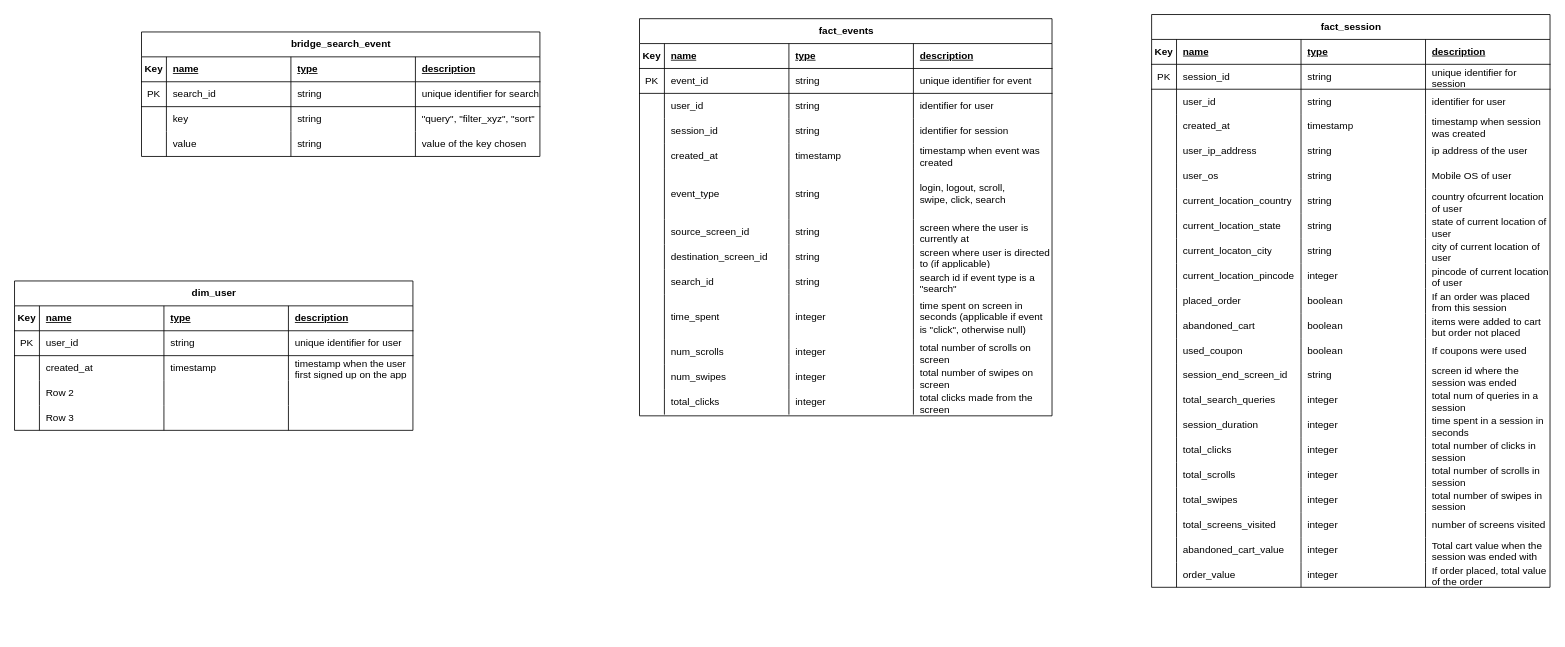
Above: zomatoDataModel.drawio in Jayesh1024/zomatoDataWarehouse (draw.io), before the change. Source tidied: cells renumbered, new cells numbered last; positions are measured from the earlier drawing's top-left corner, leaving out a move shared by most shapes. Both pictures are drawn from the tidied source at 83%, with x=0, y=0 at pixel (14, 14).
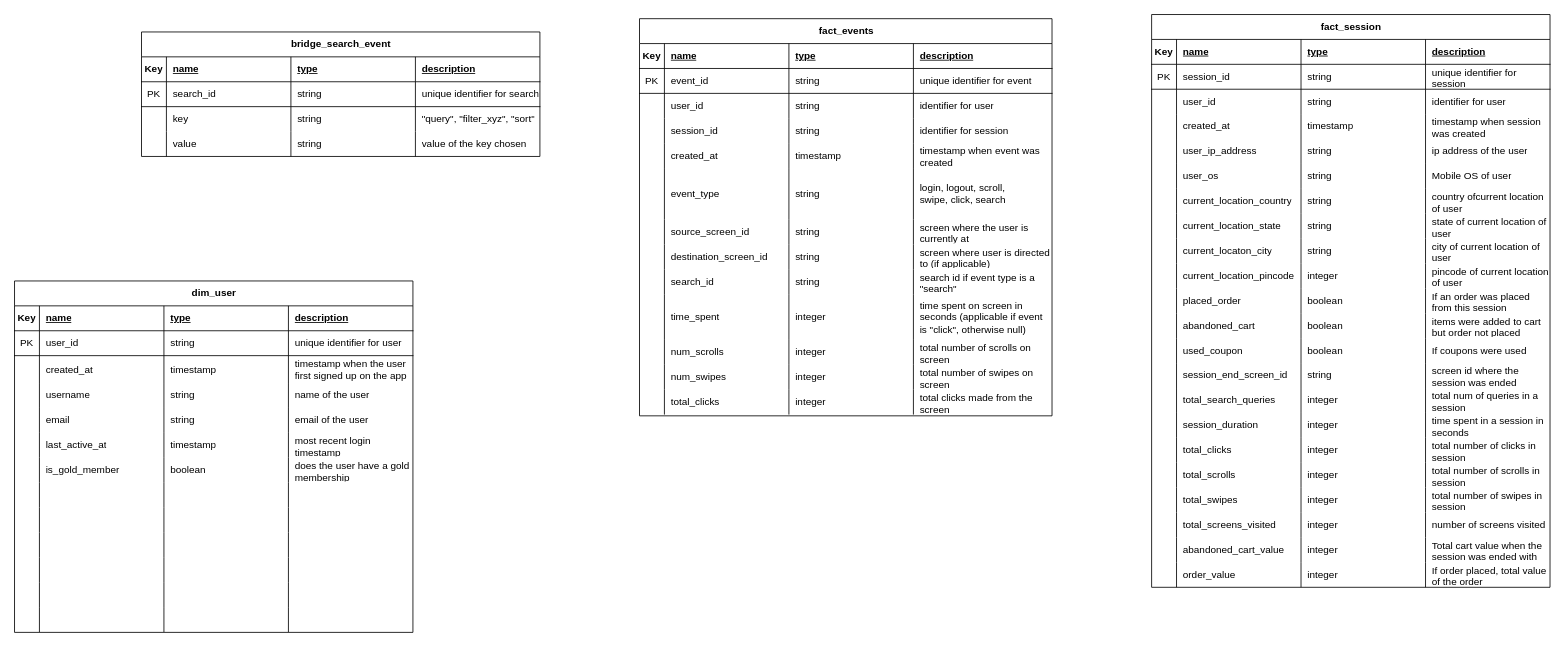
The same diagram, later.

What changed in the source:
```diff
@@
     <mxCell id="200" value="dim_user" style="shape=table;startSize=30;childLayout=tableLayout;rowLines=0;fontStyle=1;align=center;html=1;" parent="1" vertex="1">
-      <mxGeometry y="321" width="480" height="180" as="geometry" />
+      <mxGeometry y="321" width="480" height="423.4" as="geometry" />
     </mxCell>
@@
     <mxCell id="211" style="shape=tableRow;horizontal=0;startSize=0;swimlaneHead=0;swimlaneBody=0;fillColor=none;top=0;left=0;right=0;bottom=0;" parent="200" vertex="1">
-      <mxGeometry y="90" width="480" height="30" as="geometry" />
+      <mxGeometry y="90" width="480" height="33" as="geometry" />
     </mxCell>
     <mxCell id="212" style="shape=partialRectangle;fillColor=none;top=0;left=0;bottom=0;right=0;overflow=hidden;whiteSpace=wrap;html=1;" parent="211" vertex="1">
-      <mxGeometry width="30" height="30" as="geometry" />
+      <mxGeometry width="30" height="33" as="geometry" />
     </mxCell>
     <mxCell id="213" value="created_at" style="shape=partialRectangle;fillColor=none;top=0;left=0;bottom=0;right=0;align=left;spacingLeft=6;overflow=hidden;whiteSpace=wrap;html=1;" parent="211" vertex="1">
-      <mxGeometry x="30" width="150" height="30" as="geometry" />
+      <mxGeometry x="30" width="150" height="33" as="geometry" />
     </mxCell>
     <mxCell id="214" value="timestamp&lt;span style=&quot;white-space: pre;&quot;&gt;&#9;&lt;/span&gt;&lt;span style=&quot;white-space: pre;&quot;&gt;&#9;&lt;/span&gt;" style="shape=partialRectangle;fillColor=none;top=0;left=0;bottom=0;right=0;align=left;spacingLeft=6;overflow=hidden;whiteSpace=wrap;html=1;" parent="211" vertex="1">
-      <mxGeometry x="180" width="150" height="30" as="geometry" />
+      <mxGeometry x="180" width="150" height="33" as="geometry" />
     </mxCell>
     <mxCell id="215" value="timestamp when the user first signed up on the app" style="shape=partialRectangle;fillColor=none;top=0;left=0;bottom=0;right=0;align=left;spacingLeft=6;overflow=hidden;whiteSpace=wrap;html=1;" parent="211" vertex="1">
-      <mxGeometry x="330" width="150" height="30" as="geometry" />
+      <mxGeometry x="330" width="150" height="33" as="geometry" />
     </mxCell>
     <mxCell id="216" style="shape=tableRow;horizontal=0;startSize=0;swimlaneHead=0;swimlaneBody=0;fillColor=none;top=0;left=0;right=0;bottom=0;" parent="200" vertex="1">
-      <mxGeometry y="120" width="480" height="30" as="geometry" />
+      <mxGeometry y="123" width="480" height="30" as="geometry" />
     </mxCell>
@@
-    <mxCell id="218" value="Row 2" style="shape=partialRectangle;fillColor=none;top=0;left=0;bottom=0;right=0;align=left;spacingLeft=6;overflow=hidden;whiteSpace=wrap;html=1;" parent="216" vertex="1">
+    <mxCell id="218" value="username" style="shape=partialRectangle;fillColor=none;top=0;left=0;bottom=0;right=0;align=left;spacingLeft=6;overflow=hidden;whiteSpace=wrap;html=1;" parent="216" vertex="1">
       <mxGeometry x="30" width="150" height="30" as="geometry" />
     </mxCell>
-    <mxCell id="219" style="shape=partialRectangle;fillColor=none;top=0;left=0;bottom=0;right=0;align=left;spacingLeft=6;overflow=hidden;whiteSpace=wrap;html=1;" parent="216" vertex="1">
+    <mxCell id="219" value="string" style="shape=partialRectangle;fillColor=none;top=0;left=0;bottom=0;right=0;align=left;spacingLeft=6;overflow=hidden;whiteSpace=wrap;html=1;" parent="216" vertex="1">
       <mxGeometry x="180" width="150" height="30" as="geometry" />
     </mxCell>
-    <mxCell id="220" style="shape=partialRectangle;fillColor=none;top=0;left=0;bottom=0;right=0;align=left;spacingLeft=6;overflow=hidden;whiteSpace=wrap;html=1;" parent="216" vertex="1">
+    <mxCell id="220" value="name of the user" style="shape=partialRectangle;fillColor=none;top=0;left=0;bottom=0;right=0;align=left;spacingLeft=6;overflow=hidden;whiteSpace=wrap;html=1;" parent="216" vertex="1">
       <mxGeometry x="330" width="150" height="30" as="geometry" />
     </mxCell>
     <mxCell id="221" style="shape=tableRow;horizontal=0;startSize=0;swimlaneHead=0;swimlaneBody=0;fillColor=none;top=0;left=0;right=0;bottom=0;" parent="200" vertex="1">
-      <mxGeometry y="150" width="480" height="30" as="geometry" />
+      <mxGeometry y="153" width="480" height="30" as="geometry" />
     </mxCell>
@@
-    <mxCell id="223" value="Row 3" style="shape=partialRectangle;fillColor=none;top=0;left=0;bottom=0;right=0;align=left;spacingLeft=6;overflow=hidden;whiteSpace=wrap;html=1;" parent="221" vertex="1">
+    <mxCell id="223" value="email" style="shape=partialRectangle;fillColor=none;top=0;left=0;bottom=0;right=0;align=left;spacingLeft=6;overflow=hidden;whiteSpace=wrap;html=1;" parent="221" vertex="1">
       <mxGeometry x="30" width="150" height="30" as="geometry" />
     </mxCell>
-    <mxCell id="224" style="shape=partialRectangle;fillColor=none;top=0;left=0;bottom=0;right=0;align=left;spacingLeft=6;overflow=hidden;whiteSpace=wrap;html=1;" parent="221" vertex="1">
+    <mxCell id="224" value="string" style="shape=partialRectangle;fillColor=none;top=0;left=0;bottom=0;right=0;align=left;spacingLeft=6;overflow=hidden;whiteSpace=wrap;html=1;" parent="221" vertex="1">
       <mxGeometry x="180" width="150" height="30" as="geometry" />
     </mxCell>
-    <mxCell id="225" style="shape=partialRectangle;fillColor=none;top=0;left=0;bottom=0;right=0;align=left;spacingLeft=6;overflow=hidden;whiteSpace=wrap;html=1;" parent="221" vertex="1">
+    <mxCell id="225" value="email of the user" style="shape=partialRectangle;fillColor=none;top=0;left=0;bottom=0;right=0;align=left;spacingLeft=6;overflow=hidden;whiteSpace=wrap;html=1;" parent="221" vertex="1">
       <mxGeometry x="330" width="150" height="30" as="geometry" />
     </mxCell>
+    <mxCell id="226" style="shape=tableRow;horizontal=0;startSize=0;swimlaneHead=0;swimlaneBody=0;fillColor=none;top=0;left=0;right=0;bottom=0;" parent="200" vertex="1">
+      <mxGeometry y="183" width="480" height="30" as="geometry" />
+    </mxCell>
+    <mxCell id="227" style="shape=partialRectangle;fillColor=none;top=0;left=0;bottom=0;right=0;overflow=hidden;whiteSpace=wrap;html=1;" parent="226" vertex="1">
+      <mxGeometry width="30" height="30" as="geometry" />
+    </mxCell>
+    <mxCell id="228" value="last_active_at" style="shape=partialRectangle;fillColor=none;top=0;left=0;bottom=0;right=0;align=left;spacingLeft=6;overflow=hidden;whiteSpace=wrap;html=1;" parent="226" vertex="1">
+      <mxGeometry x="30" width="150" height="30" as="geometry" />
+    </mxCell>
+    <mxCell id="229" value="timestamp" style="shape=partialRectangle;fillColor=none;top=0;left=0;bottom=0;right=0;align=left;spacingLeft=6;overflow=hidden;whiteSpace=wrap;html=1;" parent="226" vertex="1">
+      <mxGeometry x="180" width="150" height="30" as="geometry" />
+    </mxCell>
+    <mxCell id="230" value="most recent login timestamp" style="shape=partialRectangle;fillColor=none;top=0;left=0;bottom=0;right=0;align=left;spacingLeft=6;overflow=hidden;whiteSpace=wrap;html=1;" parent="226" vertex="1">
+      <mxGeometry x="330" width="150" height="30" as="geometry" />
+    </mxCell>
+    <mxCell id="231" style="shape=tableRow;horizontal=0;startSize=0;swimlaneHead=0;swimlaneBody=0;fillColor=none;top=0;left=0;right=0;bottom=0;" parent="200" vertex="1">
+      <mxGeometry y="213" width="480" height="30" as="geometry" />
+    </mxCell>
+    <mxCell id="232" style="shape=partialRectangle;fillColor=none;top=0;left=0;bottom=0;right=0;overflow=hidden;whiteSpace=wrap;html=1;" parent="231" vertex="1">
+      <mxGeometry width="30" height="30" as="geometry" />
+    </mxCell>
+    <mxCell id="233" value="is_gold_member" style="shape=partialRectangle;fillColor=none;top=0;left=0;bottom=0;right=0;align=left;spacingLeft=6;overflow=hidden;whiteSpace=wrap;html=1;" parent="231" vertex="1">
+      <mxGeometry x="30" width="150" height="30" as="geometry" />
+    </mxCell>
+    <mxCell id="234" value="boolean" style="shape=partialRectangle;fillColor=none;top=0;left=0;bottom=0;right=0;align=left;spacingLeft=6;overflow=hidden;whiteSpace=wrap;html=1;" parent="231" vertex="1">
+      <mxGeometry x="180" width="150" height="30" as="geometry" />
+    </mxCell>
+    <mxCell id="235" value="does the user have a gold membership" style="shape=partialRectangle;fillColor=none;top=0;left=0;bottom=0;right=0;align=left;spacingLeft=6;overflow=hidden;whiteSpace=wrap;html=1;" parent="231" vertex="1">
+      <mxGeometry x="330" width="150" height="30" as="geometry" />
+    </mxCell>
+    <mxCell id="236" style="shape=tableRow;horizontal=0;startSize=0;swimlaneHead=0;swimlaneBody=0;fillColor=none;top=0;left=0;right=0;bottom=0;" parent="200" vertex="1">
+      <mxGeometry y="243" width="480" height="30" as="geometry" />
+    </mxCell>
+    <mxCell id="237" style="shape=partialRectangle;fillColor=none;top=0;left=0;bottom=0;right=0;overflow=hidden;whiteSpace=wrap;html=1;" parent="236" vertex="1">
+      <mxGeometry width="30" height="30" as="geometry" />
+    </mxCell>
+    <mxCell id="238" style="shape=partialRectangle;fillColor=none;top=0;left=0;bottom=0;right=0;align=left;spacingLeft=6;overflow=hidden;whiteSpace=wrap;html=1;" parent="236" vertex="1">
+      <mxGeometry x="30" width="150" height="30" as="geometry" />
+    </mxCell>
+    <mxCell id="239" style="shape=partialRectangle;fillColor=none;top=0;left=0;bottom=0;right=0;align=left;spacingLeft=6;overflow=hidden;whiteSpace=wrap;html=1;" parent="236" vertex="1">
+      <mxGeometry x="180" width="150" height="30" as="geometry" />
+    </mxCell>
+    <mxCell id="240" style="shape=partialRectangle;fillColor=none;top=0;left=0;bottom=0;right=0;align=left;spacingLeft=6;overflow=hidden;whiteSpace=wrap;html=1;" parent="236" vertex="1">
+      <mxGeometry x="330" width="150" height="30" as="geometry" />
+    </mxCell>
+    <mxCell id="241" style="shape=tableRow;horizontal=0;startSize=0;swimlaneHead=0;swimlaneBody=0;fillColor=none;top=0;left=0;right=0;bottom=0;" parent="200" vertex="1">
+      <mxGeometry y="273" width="480" height="30" as="geometry" />
+    </mxCell>
+    <mxCell id="242" style="shape=partialRectangle;fillColor=none;top=0;left=0;bottom=0;right=0;overflow=hidden;whiteSpace=wrap;html=1;" parent="241" vertex="1">
+      <mxGeometry width="30" height="30" as="geometry" />
+    </mxCell>
+    <mxCell id="243" style="shape=partialRectangle;fillColor=none;top=0;left=0;bottom=0;right=0;align=left;spacingLeft=6;overflow=hidden;whiteSpace=wrap;html=1;" parent="241" vertex="1">
+      <mxGeometry x="30" width="150" height="30" as="geometry" />
+    </mxCell>
+    <mxCell id="244" style="shape=partialRectangle;fillColor=none;top=0;left=0;bottom=0;right=0;align=left;spacingLeft=6;overflow=hidden;whiteSpace=wrap;html=1;" parent="241" vertex="1">
+      <mxGeometry x="180" width="150" height="30" as="geometry" />
+    </mxCell>
+    <mxCell id="245" style="shape=partialRectangle;fillColor=none;top=0;left=0;bottom=0;right=0;align=left;spacingLeft=6;overflow=hidden;whiteSpace=wrap;html=1;" parent="241" vertex="1">
+      <mxGeometry x="330" width="150" height="30" as="geometry" />
+    </mxCell>
+    <mxCell id="246" style="shape=tableRow;horizontal=0;startSize=0;swimlaneHead=0;swimlaneBody=0;fillColor=none;top=0;left=0;right=0;bottom=0;" parent="200" vertex="1">
+      <mxGeometry y="303" width="480" height="30" as="geometry" />
+    </mxCell>
+    <mxCell id="247" style="shape=partialRectangle;fillColor=none;top=0;left=0;bottom=0;right=0;overflow=hidden;whiteSpace=wrap;html=1;" parent="246" vertex="1">
+      <mxGeometry width="30" height="30" as="geometry" />
+    </mxCell>
+    <mxCell id="248" style="shape=partialRectangle;fillColor=none;top=0;left=0;bottom=0;right=0;align=left;spacingLeft=6;overflow=hidden;whiteSpace=wrap;html=1;" parent="246" vertex="1">
+      <mxGeometry x="30" width="150" height="30" as="geometry" />
+    </mxCell>
+    <mxCell id="249" style="shape=partialRectangle;fillColor=none;top=0;left=0;bottom=0;right=0;align=left;spacingLeft=6;overflow=hidden;whiteSpace=wrap;html=1;" parent="246" vertex="1">
+      <mxGeometry x="180" width="150" height="30" as="geometry" />
+    </mxCell>
+    <mxCell id="250" style="shape=partialRectangle;fillColor=none;top=0;left=0;bottom=0;right=0;align=left;spacingLeft=6;overflow=hidden;whiteSpace=wrap;html=1;" parent="246" vertex="1">
+      <mxGeometry x="330" width="150" height="30" as="geometry" />
+    </mxCell>
+    <mxCell id="251" style="shape=tableRow;horizontal=0;startSize=0;swimlaneHead=0;swimlaneBody=0;fillColor=none;top=0;left=0;right=0;bottom=0;" parent="200" vertex="1">
+      <mxGeometry y="333" width="480" height="30" as="geometry" />
+    </mxCell>
+    <mxCell id="252" style="shape=partialRectangle;fillColor=none;top=0;left=0;bottom=0;right=0;overflow=hidden;whiteSpace=wrap;html=1;" parent="251" vertex="1">
+      <mxGeometry width="30" height="30" as="geometry" />
+    </mxCell>
+    <mxCell id="253" style="shape=partialRectangle;fillColor=none;top=0;left=0;bottom=0;right=0;align=left;spacingLeft=6;overflow=hidden;whiteSpace=wrap;html=1;" parent="251" vertex="1">
+      <mxGeometry x="30" width="150" height="30" as="geometry" />
+    </mxCell>
+    <mxCell id="254" style="shape=partialRectangle;fillColor=none;top=0;left=0;bottom=0;right=0;align=left;spacingLeft=6;overflow=hidden;whiteSpace=wrap;html=1;" parent="251" vertex="1">
+      <mxGeometry x="180" width="150" height="30" as="geometry" />
+    </mxCell>
+    <mxCell id="255" style="shape=partialRectangle;fillColor=none;top=0;left=0;bottom=0;right=0;align=left;spacingLeft=6;overflow=hidden;whiteSpace=wrap;html=1;" parent="251" vertex="1">
+      <mxGeometry x="330" width="150" height="30" as="geometry" />
+    </mxCell>
+    <mxCell id="256" style="shape=tableRow;horizontal=0;startSize=0;swimlaneHead=0;swimlaneBody=0;fillColor=none;top=0;left=0;right=0;bottom=0;" parent="200" vertex="1">
+      <mxGeometry y="363" width="480" height="30" as="geometry" />
+    </mxCell>
+    <mxCell id="257" style="shape=partialRectangle;fillColor=none;top=0;left=0;bottom=0;right=0;overflow=hidden;whiteSpace=wrap;html=1;" parent="256" vertex="1">
+      <mxGeometry width="30" height="30" as="geometry" />
+    </mxCell>
+    <mxCell id="258" style="shape=partialRectangle;fillColor=none;top=0;left=0;bottom=0;right=0;align=left;spacingLeft=6;overflow=hidden;whiteSpace=wrap;html=1;" parent="256" vertex="1">
+      <mxGeometry x="30" width="150" height="30" as="geometry" />
+    </mxCell>
+    <mxCell id="259" style="shape=partialRectangle;fillColor=none;top=0;left=0;bottom=0;right=0;align=left;spacingLeft=6;overflow=hidden;whiteSpace=wrap;html=1;" parent="256" vertex="1">
+      <mxGeometry x="180" width="150" height="30" as="geometry" />
+    </mxCell>
+    <mxCell id="260" style="shape=partialRectangle;fillColor=none;top=0;left=0;bottom=0;right=0;align=left;spacingLeft=6;overflow=hidden;whiteSpace=wrap;html=1;" parent="256" vertex="1">
+      <mxGeometry x="330" width="150" height="30" as="geometry" />
+    </mxCell>
+    <mxCell id="261" style="shape=tableRow;horizontal=0;startSize=0;swimlaneHead=0;swimlaneBody=0;fillColor=none;top=0;left=0;right=0;bottom=0;" parent="200" vertex="1">
+      <mxGeometry y="393" width="480" height="30" as="geometry" />
+    </mxCell>
+    <mxCell id="262" style="shape=partialRectangle;fillColor=none;top=0;left=0;bottom=0;right=0;overflow=hidden;whiteSpace=wrap;html=1;" parent="261" vertex="1">
+      <mxGeometry width="30" height="30" as="geometry" />
+    </mxCell>
+    <mxCell id="263" style="shape=partialRectangle;fillColor=none;top=0;left=0;bottom=0;right=0;align=left;spacingLeft=6;overflow=hidden;whiteSpace=wrap;html=1;" parent="261" vertex="1">
+      <mxGeometry x="30" width="150" height="30" as="geometry" />
+    </mxCell>
+    <mxCell id="264" style="shape=partialRectangle;fillColor=none;top=0;left=0;bottom=0;right=0;align=left;spacingLeft=6;overflow=hidden;whiteSpace=wrap;html=1;" parent="261" vertex="1">
+      <mxGeometry x="180" width="150" height="30" as="geometry" />
+    </mxCell>
+    <mxCell id="265" style="shape=partialRectangle;fillColor=none;top=0;left=0;bottom=0;right=0;align=left;spacingLeft=6;overflow=hidden;whiteSpace=wrap;html=1;" parent="261" vertex="1">
+      <mxGeometry x="330" width="150" height="30" as="geometry" />
+    </mxCell>
```
